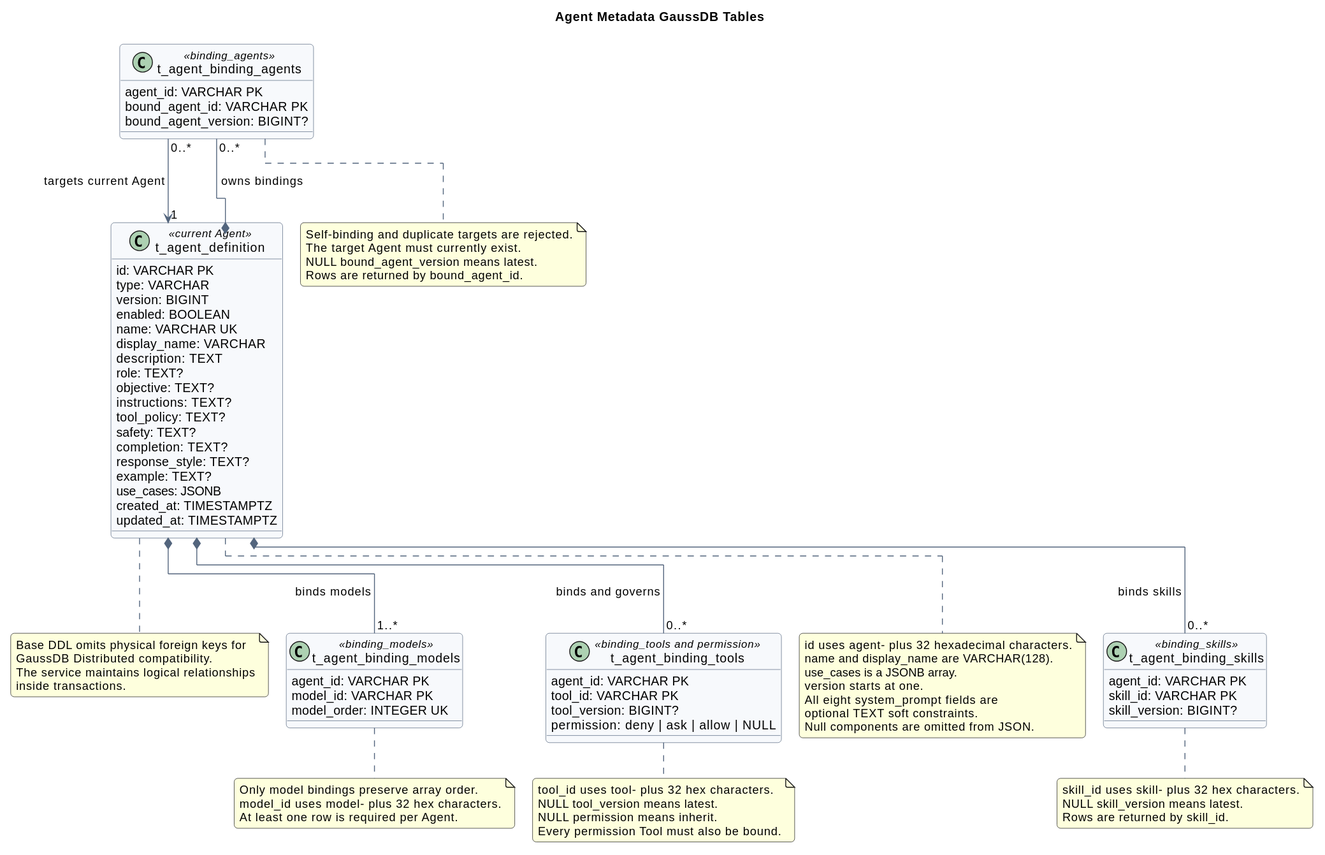
ssm0808/pi-mono-java-design keeps this PlantUML diagram as 03-数据与存储/02-Agent元数据GaussDB/agent_metadata_gaussdb_model.svg. Above is the earlier version. Source of this version:
```plantuml
@startuml
!pragma layout elk
title Agent Metadata GaussDB Tables
top to bottom direction

skinparam backgroundColor #FFFFFF
skinparam shadowing false
skinparam roundcorner 8
skinparam nodesep 45
skinparam ranksep 50
skinparam ArrowColor #53657D
skinparam ClassBorderColor #53657D
skinparam ClassBackgroundColor #F7F9FC
skinparam classAttributeIconSize 0


class t_agent_definition <<current Agent>> {
  id: VARCHAR PK
  type: VARCHAR
  version: BIGINT
  enabled: BOOLEAN
  name: VARCHAR UK
  display_name: VARCHAR
  description: TEXT
  role: TEXT?
  objective: TEXT?
  instructions: TEXT?
  tool_policy: TEXT?
  safety: TEXT?
  completion: TEXT?
  response_style: TEXT?
  example: TEXT?
  use_cases: JSONB
  created_at: TIMESTAMPTZ
  updated_at: TIMESTAMPTZ
}

class t_agent_binding_models <<binding_models>> {
  agent_id: VARCHAR PK
  model_id: VARCHAR PK
  model_order: INTEGER UK
}

class t_agent_binding_tools <<binding_tools and permission>> {
  agent_id: VARCHAR PK
  tool_id: VARCHAR PK
  tool_version: BIGINT?
  permission: deny | ask | allow | NULL
}

class t_agent_binding_skills <<binding_skills>> {
  agent_id: VARCHAR PK
  skill_id: VARCHAR PK
  skill_version: BIGINT?
}

class t_agent_binding_agents <<binding_agents>> {
  agent_id: VARCHAR PK
  bound_agent_id: VARCHAR PK
  bound_agent_version: BIGINT?
}

t_agent_definition *-- "1..*" t_agent_binding_models : binds models
t_agent_definition *-- "0..*" t_agent_binding_tools : binds and governs
t_agent_definition *-- "0..*" t_agent_binding_skills : binds skills
t_agent_definition *-- "0..*" t_agent_binding_agents : owns bindings
t_agent_binding_agents "0..*" --> "1" t_agent_definition : targets current Agent

note right of t_agent_definition
id uses agent- plus 32 hexadecimal characters.
name and display_name are VARCHAR(128).
use_cases is a JSONB array.
version starts at one.
All eight system_prompt fields are
optional TEXT soft constraints.
Null components are omitted from JSON.
end note

note right of t_agent_binding_models
Only model bindings preserve array order.
model_id uses model- plus 32 hex characters.
At least one row is required per Agent.
end note

note bottom of t_agent_binding_tools
tool_id uses tool- plus 32 hex characters.
NULL tool_version means latest.
NULL permission means inherit.
Every permission Tool must also be bound.
end note

note bottom of t_agent_binding_skills
skill_id uses skill- plus 32 hex characters.
NULL skill_version means latest.
Rows are returned by skill_id.
end note

note bottom of t_agent_binding_agents
Self-binding and duplicate targets are rejected.
The target Agent must currently exist.
NULL bound_agent_version means latest.
Rows are returned by bound_agent_id.
end note

note bottom of t_agent_definition
Base DDL omits physical foreign keys for
GaussDB Distributed compatibility.
The service maintains logical relationships
inside transactions.
end note
@enduml
```
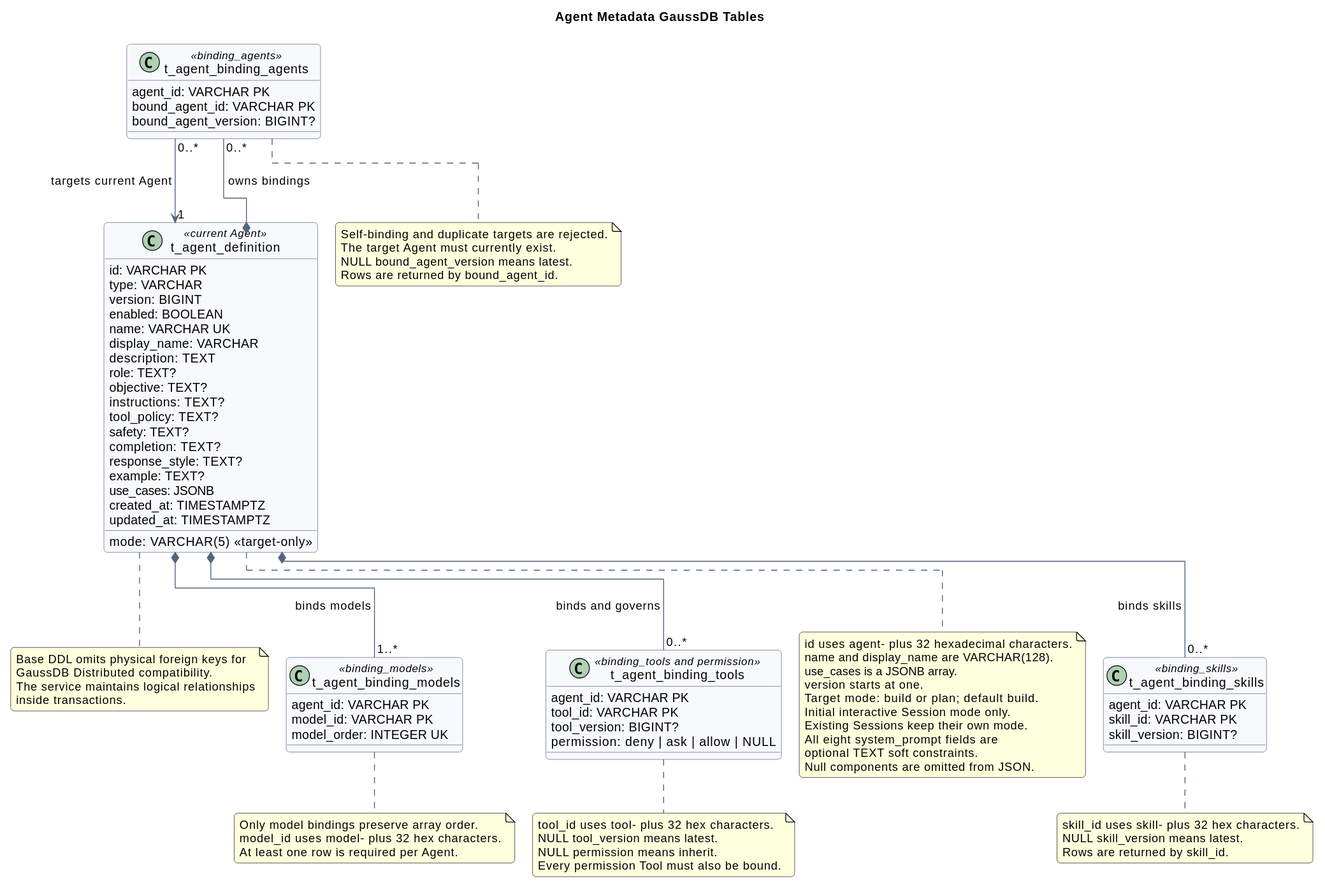
Above is the later version.

Change to the diagram source:
```diff
@@ -19,6 +19,7 @@
   type: VARCHAR
   version: BIGINT
   enabled: BOOLEAN
+  mode: VARCHAR(5) <<target-only>>
   name: VARCHAR UK
   display_name: VARCHAR
   description: TEXT
@@ -71,6 +72,9 @@
 name and display_name are VARCHAR(128).
 use_cases is a JSONB array.
 version starts at one.
+Target mode: build or plan; default build.
+Initial interactive Session mode only.
+Existing Sessions keep their own mode.
 All eight system_prompt fields are
 optional TEXT soft constraints.
 Null components are omitted from JSON.
```
